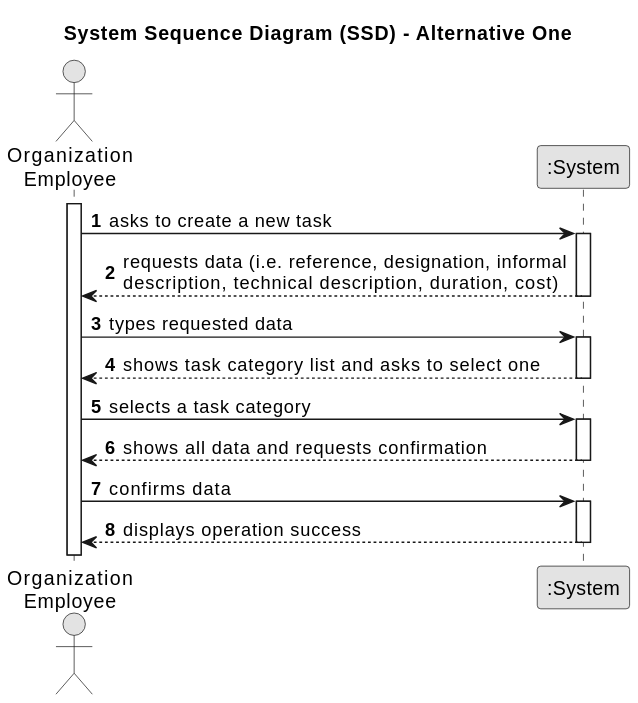
daniel41silva05/ISEP_2023_2024_LAPR2 keeps this PlantUML diagram as docs/sprintA&B/us012/01.requirements-engineering/svg/us012-system-sequence-diagram-alternative-one.svg. Above is the earlier version.
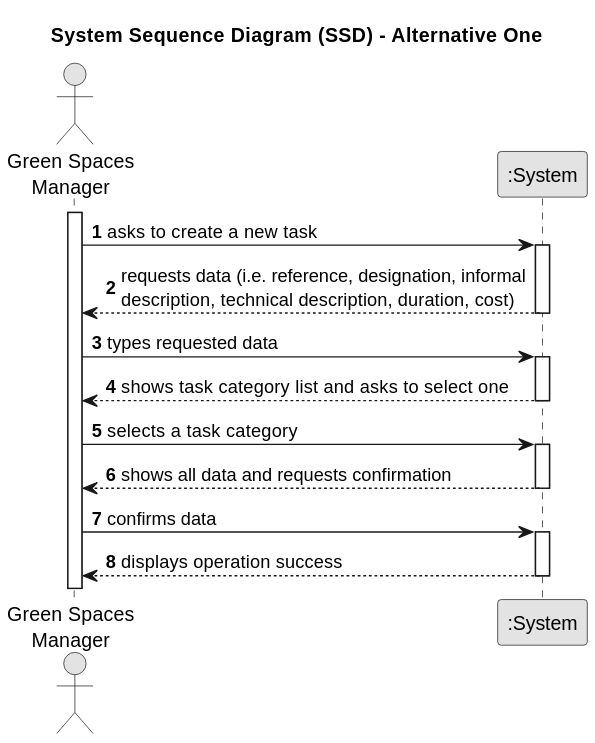
The same file after the commit.

Diff of the diagram source:
```diff
@@ -7,32 +7,32 @@
 
 autonumber
 
-actor "Organization\nEmployee" as Employee
+actor "Green Spaces\nManager" as GSM
 participant ":System" as System
 
-activate Employee
+activate GSM
 
-    Employee -> System : asks to create a new task
+    GSM -> System : asks to create a new task
     activate System
 
-        System --> Employee : requests data (i.e. reference, designation, informal\ndescription, technical description, duration, cost)
+        System --> GSM : requests data (i.e. reference, designation, informal\ndescription, technical description, duration, cost)
     deactivate System
 
-    Employee -> System : types requested data
+    GSM -> System : types requested data
     activate System
 
-        System --> Employee : shows task category list and asks to select one
+        System --> GSM : shows task category list and asks to select one
     deactivate System
 
-    Employee -> System : selects a task category
+    GSM -> System : selects a task category
     activate System
 
-        System --> Employee : shows all data and requests confirmation
+        System --> GSM : shows all data and requests confirmation
     deactivate System
 
-    Employee -> System : confirms data
+    GSM -> System : confirms data
     activate System
 
-        System --> Employee : displays operation success
+        System --> GSM : displays operation success
     deactivate System
 @enduml
```
